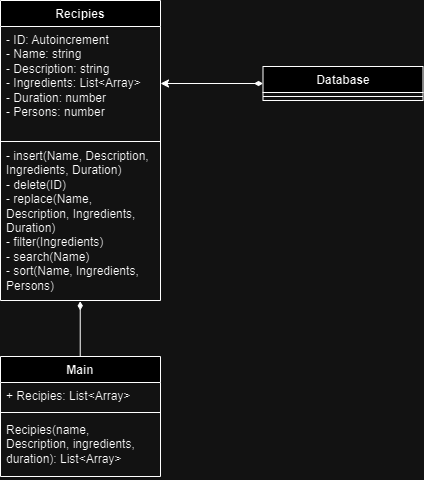
Before: Klassendiagramm.drawio.png, a diagram exported from draw.io (A5TUT0/Rezepte). Source tidied: cells renumbered, new cells last; positions are measured from the earlier drawing's top-left corner, leaving out a move shared by most shapes.
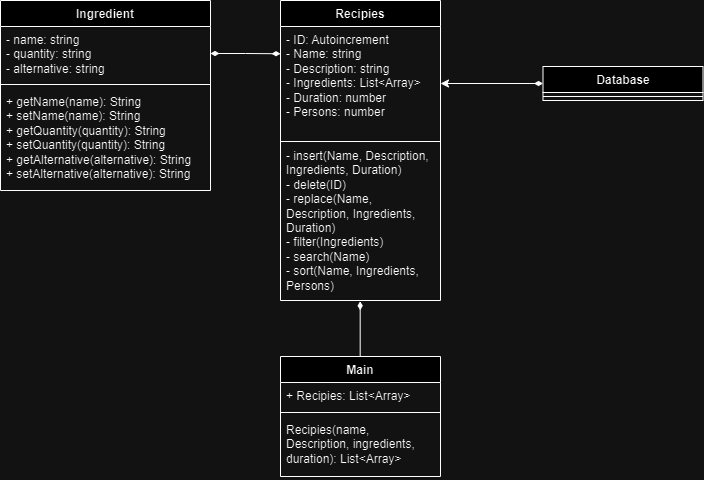
After the commit.

Change to the diagram source:
```diff
@@ -42,5 +42,20 @@
         </Array>
       </mxGeometry>
     </mxCell>
+    <mxCell id="14" value="Ingredient" style="swimlane;fontStyle=1;align=center;verticalAlign=top;horizontal=1;startSize=26;whiteSpace=wrap;html=1;" parent="1" vertex="1">
+      <mxGeometry x="-280" width="210" height="190" as="geometry" />
+    </mxCell>
+    <mxCell id="15" value="- name: string&lt;div&gt;- quantity: string&lt;/div&gt;&lt;div&gt;-&amp;nbsp;alternative: string&lt;/div&gt;" style="text;strokeColor=none;fillColor=none;align=left;verticalAlign=top;spacingLeft=4;spacingRight=4;overflow=hidden;points=[[0,0.5],[1,0.5]];portConstraint=eastwest;whiteSpace=wrap;html=1;" parent="14" vertex="1">
+      <mxGeometry y="26" width="210" height="54" as="geometry" />
+    </mxCell>
+    <mxCell id="16" style="line;strokeWidth=1;fillColor=none;align=left;verticalAlign=middle;spacingTop=-1;spacingLeft=3;spacingRight=3;labelPosition=right;strokeColor=inherit;" parent="14" vertex="1">
+      <mxGeometry y="80" width="210" height="8" as="geometry" />
+    </mxCell>
+    <mxCell id="17" value="+ getName(name): String&lt;div&gt;+&amp;nbsp;setName(name): String&lt;/div&gt;&lt;div&gt;+&amp;nbsp;getQuantity(quantity): String&lt;/div&gt;&lt;div&gt;+&amp;nbsp;setQuantity(quantity): String&lt;/div&gt;&lt;div&gt;+&amp;nbsp;getAlternative(alternative): String&lt;/div&gt;&lt;div&gt;+&amp;nbsp;setAlternative(alternative): String&lt;/div&gt;" style="text;strokeColor=none;fillColor=none;align=left;verticalAlign=top;spacingLeft=4;spacingRight=4;overflow=hidden;whiteSpace=wrap;html=1;" parent="14" vertex="1">
+      <mxGeometry y="88" width="210" height="102" as="geometry" />
+    </mxCell>
+    <mxCell id="18" style="edgeStyle=orthogonalEdgeStyle;rounded=0;jettySize=auto;html=1;entryX=0;entryY=0.239;entryDx=0;entryDy=0;entryPerimeter=0;startArrow=diamondThin;startFill=1;endArrow=diamondThin;endFill=1;" parent="1" edge="1" source="15" target="3">
+      <mxGeometry relative="1" as="geometry" />
+    </mxCell>
   </root>
 </mxGraphModel>
```
